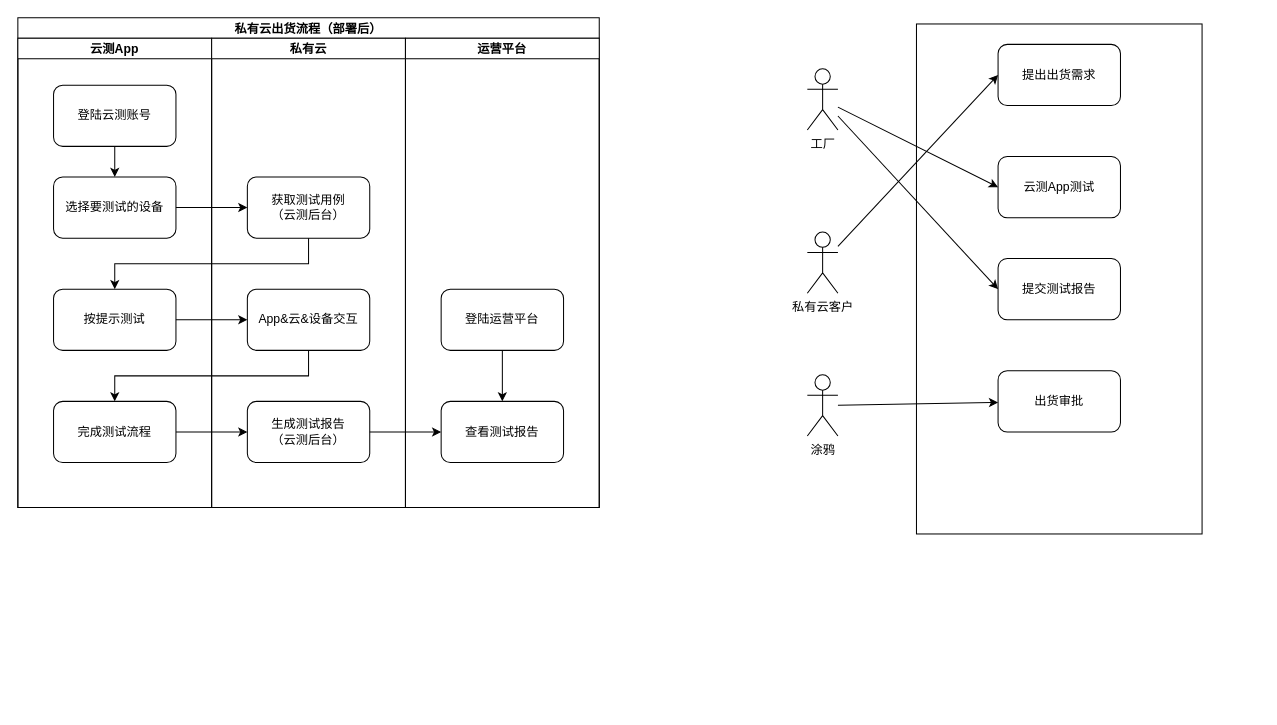
Above: page "出货流程" (4 of 4) of Cube_workflow.drawio in Sidamor/drawio (draw.io), before the change. Source tidied: cells renumbered, new cells numbered last; positions are measured from the earlier drawing's top-left corner, leaving out a move shared by most shapes. Both pictures are drawn from the tidied source at 102%, with x=0, y=0 at pixel (17, 17).
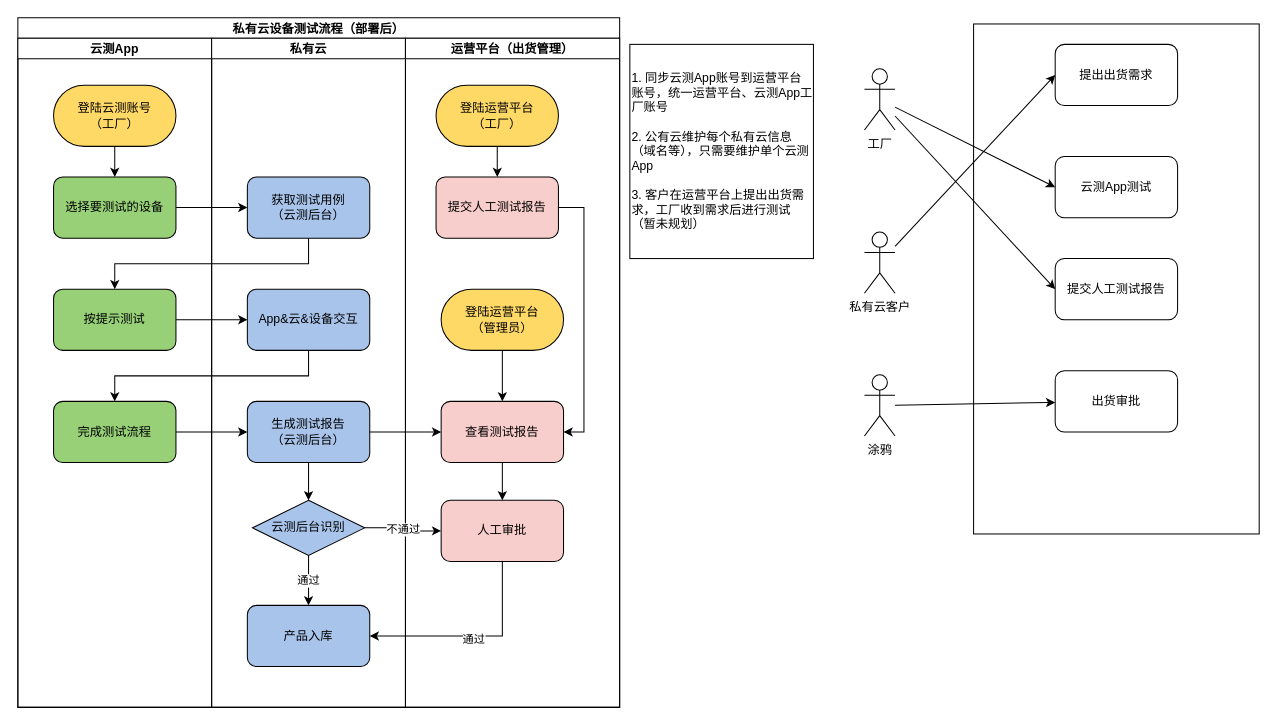
The same diagram, later.

Change to the diagram source:
```diff
@@
     <mxCell id="2" style="group;" parent="1" vertex="1">
-      <mxGeometry x="774" y="6" width="387" height="500" as="geometry" />
+      <mxGeometry x="830" y="6" width="387" height="500" as="geometry" />
     </mxCell>
@@
-    <mxCell id="11" value="提交测试报告" style="rounded=1;whiteSpace=wrap;html=1;" parent="2" vertex="1">
+    <mxCell id="11" value="提交人工测试报告" style="rounded=1;whiteSpace=wrap;html=1;" parent="2" vertex="1">
       <mxGeometry x="187" y="230" width="120" height="60" as="geometry" />
     </mxCell>
@@
-    <mxCell id="15" value="私有云出货流程（部署后）" style="swimlane;startSize=20;" parent="1" vertex="1">
-      <mxGeometry width="570" height="480" as="geometry" />
+    <mxCell id="15" value="私有云设备测试流程（部署后）" style="swimlane;startSize=20;" parent="1" vertex="1">
+      <mxGeometry width="590" height="676" as="geometry" />
     </mxCell>
     <mxCell id="16" value="云测App" style="swimlane;startSize=20;" parent="15" vertex="1">
-      <mxGeometry y="20" width="190" height="460" as="geometry" />
+      <mxGeometry y="20" width="190" height="656" as="geometry" />
     </mxCell>
@@
-    <mxCell id="18" value="登陆云测账号" style="rounded=1;whiteSpace=wrap;html=1;" parent="16" vertex="1">
+    <mxCell id="18" value="登陆云测账号&lt;br&gt;（工厂）" style="rounded=1;whiteSpace=wrap;html=1;fillColor=#FFD966;arcSize=50;" parent="16" vertex="1">
       <mxGeometry x="35" y="46" width="120" height="60" as="geometry" />
     </mxCell>
-    <mxCell id="19" value="选择要测试的设备" style="rounded=1;whiteSpace=wrap;html=1;" parent="16" vertex="1">
+    <mxCell id="19" value="选择要测试的设备" style="rounded=1;whiteSpace=wrap;html=1;fillColor=#97D077;" parent="16" vertex="1">
       <mxGeometry x="35" y="136" width="120" height="60" as="geometry" />
     </mxCell>
-    <mxCell id="20" value="按提示测试" style="rounded=1;whiteSpace=wrap;html=1;" parent="16" vertex="1">
+    <mxCell id="20" value="按提示测试" style="rounded=1;whiteSpace=wrap;html=1;fillColor=#97D077;" parent="16" vertex="1">
       <mxGeometry x="35" y="246" width="120" height="60" as="geometry" />
     </mxCell>
-    <mxCell id="21" value="完成测试流程" style="rounded=1;whiteSpace=wrap;html=1;" parent="16" vertex="1">
+    <mxCell id="21" value="完成测试流程" style="rounded=1;whiteSpace=wrap;html=1;fillColor=#97D077;" parent="16" vertex="1">
       <mxGeometry x="35" y="356" width="120" height="60" as="geometry" />
     </mxCell>
     <mxCell id="22" value="私有云" style="swimlane;startSize=20;" parent="15" vertex="1">
-      <mxGeometry x="190" y="20" width="190" height="460" as="geometry" />
+      <mxGeometry x="190" y="20" width="190" height="656" as="geometry" />
     </mxCell>
-    <mxCell id="23" value="获取测试用例&lt;br&gt;（云测后台）" style="rounded=1;whiteSpace=wrap;html=1;" parent="22" vertex="1">
+    <mxCell id="23" value="获取测试用例&lt;br&gt;（云测后台）" style="rounded=1;whiteSpace=wrap;html=1;fillColor=#A9C4EB;" parent="22" vertex="1">
       <mxGeometry x="35" y="136" width="120" height="60" as="geometry" />
     </mxCell>
-    <mxCell id="24" value="App&amp;amp;云&amp;amp;设备交互" style="rounded=1;whiteSpace=wrap;html=1;" parent="22" vertex="1">
+    <mxCell id="24" value="App&amp;amp;云&amp;amp;设备交互" style="rounded=1;whiteSpace=wrap;html=1;fillColor=#A9C4EB;" parent="22" vertex="1">
       <mxGeometry x="35" y="246" width="120" height="60" as="geometry" />
     </mxCell>
+    <mxCell id="36" style="edgeStyle=orthogonalEdgeStyle;rounded=0;jettySize=auto;html=1;startArrow=none;startFill=0;entryX=0.5;entryY=0;entryDx=0;entryDy=0;exitX=0.5;exitY=1;exitDx=0;exitDy=0;" parent="22" edge="1" source="25" target="38">
+      <mxGeometry relative="1" as="geometry" />
+    </mxCell>
-    <mxCell id="25" value="生成测试报告&lt;br&gt;（云测后台）" style="rounded=1;whiteSpace=wrap;html=1;" parent="22" vertex="1">
+    <mxCell id="25" value="生成测试报告&lt;br&gt;（云测后台）" style="rounded=1;whiteSpace=wrap;html=1;fillColor=#A9C4EB;" parent="22" vertex="1">
       <mxGeometry x="35" y="356" width="120" height="60" as="geometry" />
     </mxCell>
+    <mxCell id="37" value="通过" style="edgeStyle=orthogonalEdgeStyle;rounded=0;jettySize=auto;html=1;exitX=0.5;exitY=1;exitDx=0;exitDy=0;startArrow=none;startFill=0;" parent="22" edge="1" source="38" target="39">
+      <mxGeometry relative="1" as="geometry" />
+    </mxCell>
+    <mxCell id="38" value="云测后台识别" style="rhombus;whiteSpace=wrap;html=1;fillColor=#A9C4EB;" parent="22" vertex="1">
+      <mxGeometry x="40" y="453" width="110" height="54" as="geometry" />
+    </mxCell>
+    <mxCell id="39" value="产品入库" style="rounded=1;whiteSpace=wrap;html=1;fillColor=#A9C4EB;" parent="22" vertex="1">
+      <mxGeometry x="35" y="556" width="120" height="60" as="geometry" />
+    </mxCell>
-    <mxCell id="26" value="运营平台" style="swimlane;startSize=20;" parent="15" vertex="1">
-      <mxGeometry x="380" y="20" width="190" height="460" as="geometry" />
+    <mxCell id="26" value="运营平台（出货管理）" style="swimlane;startSize=20;" parent="15" vertex="1">
+      <mxGeometry x="380" y="20" width="210" height="656" as="geometry" />
     </mxCell>
-    <mxCell id="27" value="查看测试报告" style="rounded=1;whiteSpace=wrap;html=1;" parent="26" vertex="1">
+    <mxCell id="27" value="查看测试报告" style="rounded=1;whiteSpace=wrap;html=1;fillColor=#F8CECC;" parent="26" vertex="1">
       <mxGeometry x="35" y="356" width="120" height="60" as="geometry" />
     </mxCell>
@@
-    <mxCell id="29" value="登陆运营平台" style="rounded=1;whiteSpace=wrap;html=1;" parent="26" vertex="1">
+    <mxCell id="29" value="登陆运营平台&lt;br&gt;（管理员）" style="rounded=1;whiteSpace=wrap;html=1;fillColor=#FFD966;arcSize=50;" parent="26" vertex="1">
       <mxGeometry x="35" y="246" width="120" height="60" as="geometry" />
     </mxCell>
+    <mxCell id="40" value="人工审批" style="rounded=1;whiteSpace=wrap;html=1;fillColor=#F8CECC;" parent="26" vertex="1">
+      <mxGeometry x="35" y="453" width="120" height="60" as="geometry" />
+    </mxCell>
+    <mxCell id="41" style="edgeStyle=orthogonalEdgeStyle;rounded=0;jettySize=auto;html=1;startArrow=none;startFill=0;exitX=0.5;exitY=1;exitDx=0;exitDy=0;" parent="26" edge="1" source="27" target="40">
+      <mxGeometry relative="1" as="geometry" />
+    </mxCell>
+    <mxCell id="42" value="登陆运营平台&lt;br&gt;（工厂）" style="rounded=1;whiteSpace=wrap;html=1;fillColor=#FFD966;arcSize=50;" parent="26" vertex="1">
+      <mxGeometry x="30" y="46" width="120" height="60" as="geometry" />
+    </mxCell>
+    <mxCell id="43" style="edgeStyle=orthogonalEdgeStyle;rounded=0;jettySize=auto;html=1;exitX=1;exitY=0.5;exitDx=0;exitDy=0;entryX=1;entryY=0.5;entryDx=0;entryDy=0;startArrow=none;startFill=0;" parent="26" edge="1" source="44" target="27">
+      <mxGeometry relative="1" as="geometry" />
+    </mxCell>
+    <mxCell id="44" value="提交人工测试报告" style="rounded=1;whiteSpace=wrap;html=1;fillColor=#F8CECC;" parent="26" vertex="1">
+      <mxGeometry x="30" y="136" width="120" height="60" as="geometry" />
+    </mxCell>
+    <mxCell id="45" style="edgeStyle=orthogonalEdgeStyle;rounded=0;jettySize=auto;html=1;exitX=0.5;exitY=1;exitDx=0;exitDy=0;startArrow=none;startFill=0;entryX=0.5;entryY=0;entryDx=0;entryDy=0;" parent="26" edge="1" source="42" target="44">
+      <mxGeometry relative="1" as="geometry" />
+    </mxCell>
@@
+    <mxCell id="46" value="不通过" style="edgeStyle=orthogonalEdgeStyle;rounded=0;jettySize=auto;html=1;exitX=1;exitY=0.5;exitDx=0;exitDy=0;startArrow=none;startFill=0;" parent="15" edge="1" source="38" target="40">
+      <mxGeometry relative="1" as="geometry" />
+    </mxCell>
+    <mxCell id="47" style="edgeStyle=orthogonalEdgeStyle;rounded=0;jettySize=auto;html=1;exitX=0.5;exitY=1;exitDx=0;exitDy=0;entryX=1;entryY=0.5;entryDx=0;entryDy=0;startArrow=none;startFill=0;" parent="15" edge="1" source="40" target="39">
+      <mxGeometry relative="1" as="geometry" />
+    </mxCell>
+    <mxCell id="48" value="通过" style="edgeLabel;html=1;align=center;verticalAlign=middle;" parent="47" vertex="1">
+      <mxGeometry y="2" relative="1" as="geometry" />
+    </mxCell>
+    <mxCell id="49" value="&lt;span style=&quot;&quot;&gt;1.&amp;nbsp;&lt;/span&gt;&lt;span style=&quot;&quot;&gt;同步云测App账号到运营平台账号，统一运营平台、云测App工厂账号&lt;br&gt;&lt;br&gt;2. 公有云维护每个私有云信息（域名等），只需要维护单个云测App&lt;br&gt;&lt;br&gt;3. 客户在运营平台上提出出货需求，工厂收到需求后进行测试（暂未规划）&lt;/span&gt;" style="rounded=0;whiteSpace=wrap;html=1;fillColor=none;align=left;" parent="1" vertex="1">
+      <mxGeometry x="600" y="26" width="180" height="210" as="geometry" />
+    </mxCell>
```
